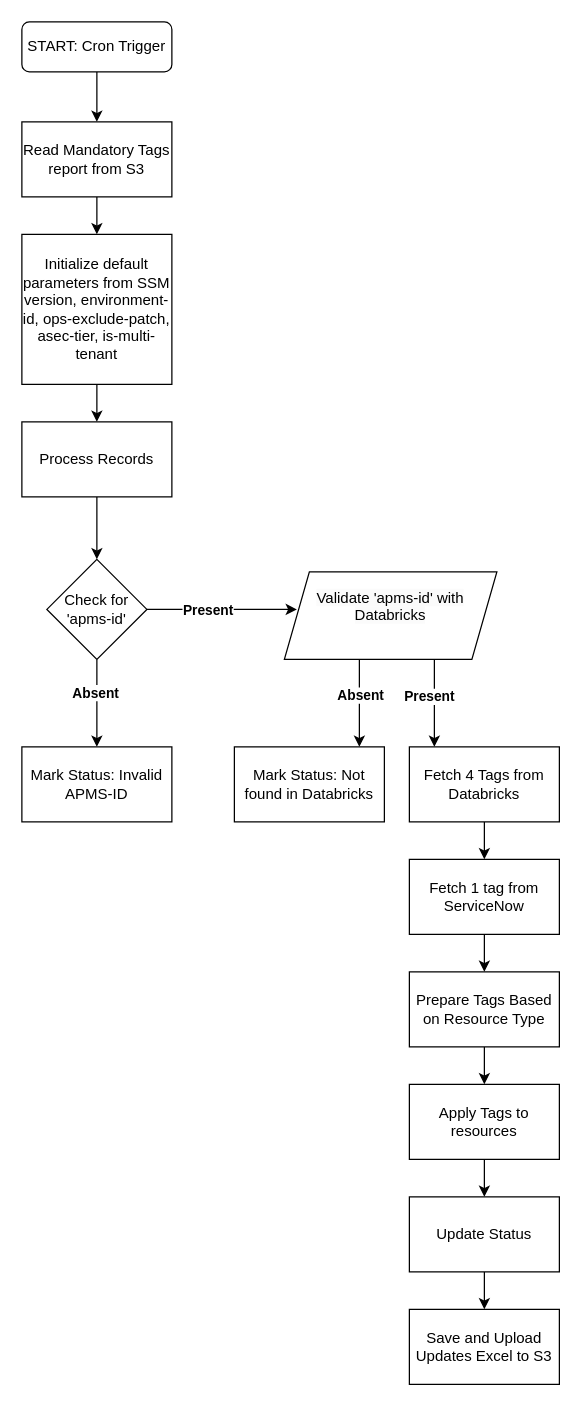
Above: Flowchart_autoapplytags.drawio in sasikanth53/educka (draw.io), before the change. Source tidied: cells renumbered, new cells numbered last; positions are measured from the earlier drawing's top-left corner, leaving out a move shared by most shapes. Both pictures are drawn from the tidied source at 125%, with x=0, y=0 at pixel (21, 21).
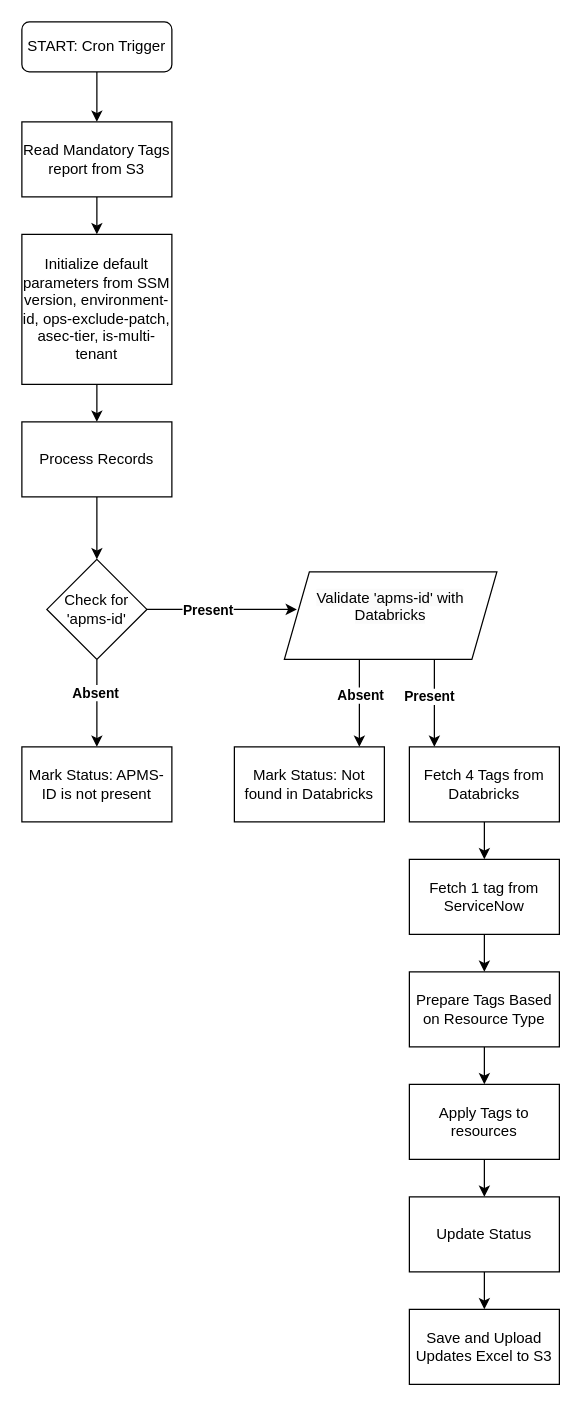
The same page after the edit.

Diff of the diagram source:
```diff
@@
-    <mxCell id="32" value="Mark Status: Invalid APMS-ID" style="rounded=0;whiteSpace=wrap;html=1;" parent="1" vertex="1">
+    <mxCell id="32" value="Mark Status: APMS-ID is not present" style="rounded=0;whiteSpace=wrap;html=1;" parent="1" vertex="1">
       <mxGeometry y="580" width="120" height="60" as="geometry" />
     </mxCell>
```
